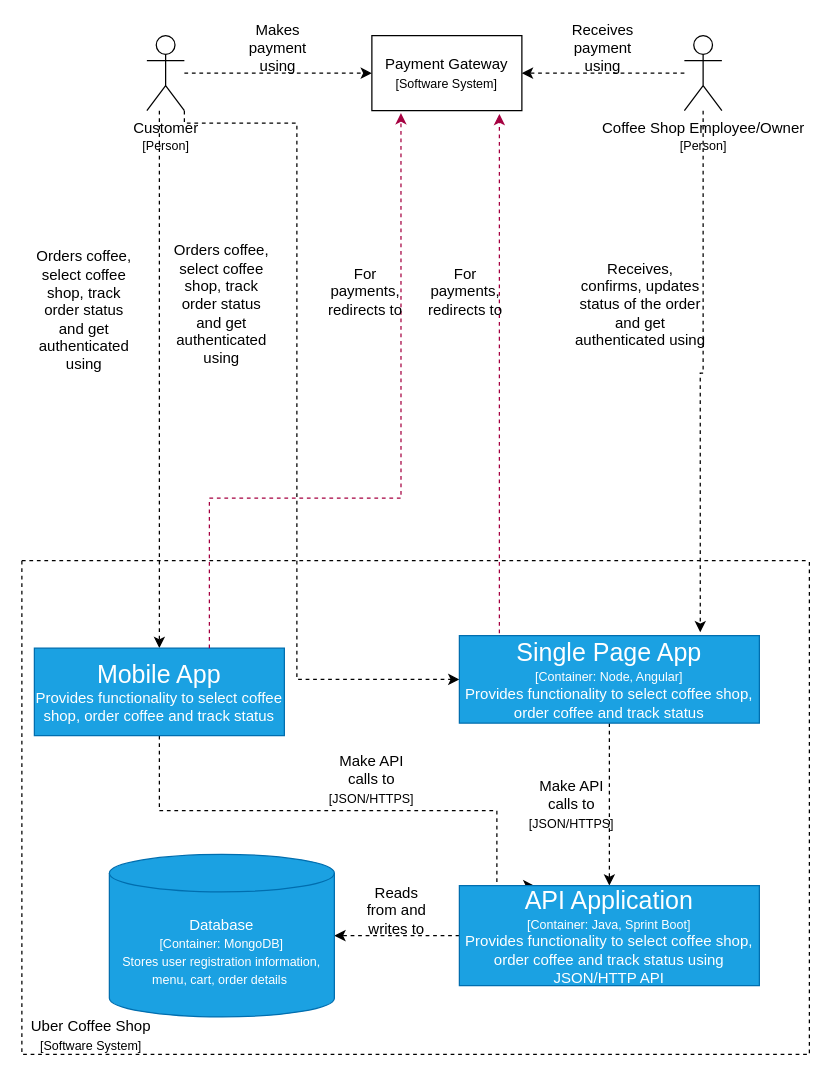
The draw.io diagram Container Diagram.drawio in dinesh-i/uber-coffee-shops, before the edit. Source tidied: cells renumbered, new cells numbered last; positions are measured from the earlier drawing's top-left corner, leaving out a move shared by most shapes. Both pictures are drawn from the tidied source at 125%, with x=0, y=0 at pixel (21, 22).
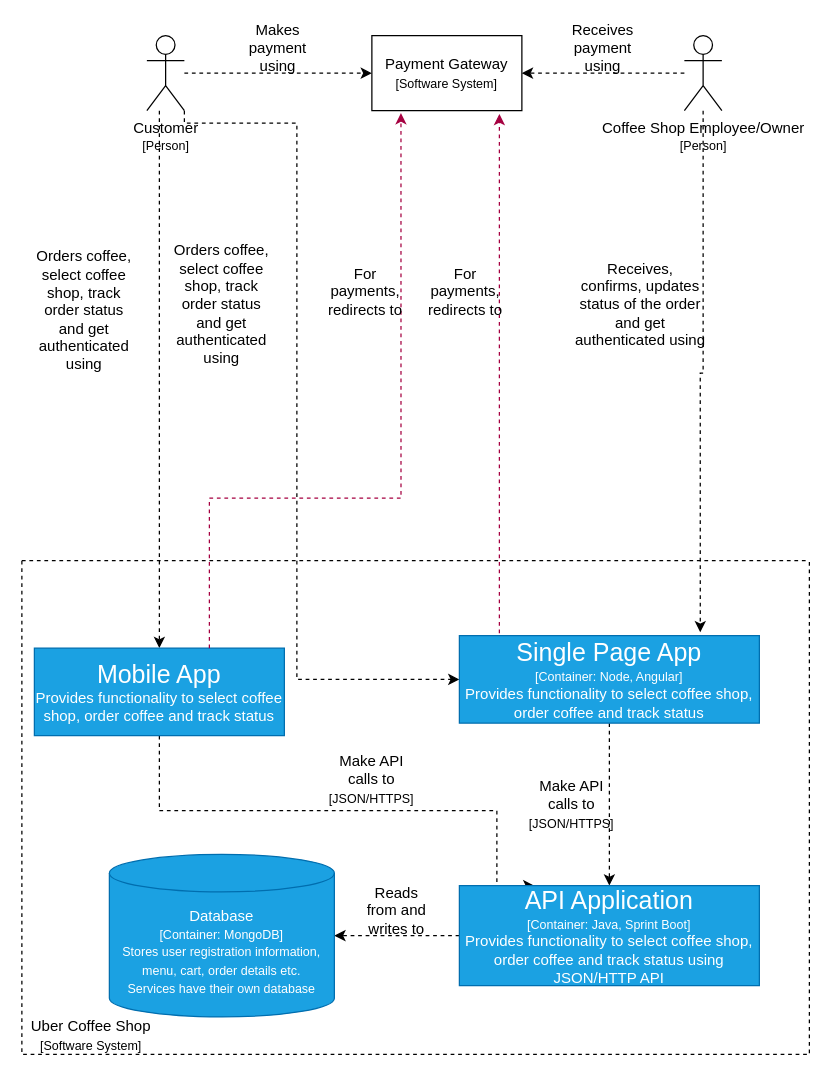
After the change.

The change refers to these unchanged cells:
```xml
<mxCell id="16" style="swimlane;startSize=0;dashed=1;" parent="1" vertex="1">
  <mxGeometry y="430" width="630" height="395" as="geometry" />
</mxCell>
```

What changed in the source:
```diff
@@
-    <mxCell id="24" value="Database&lt;br&gt;&lt;font style=&quot;font-size: 10px&quot;&gt;[Container: MongoDB]&lt;br&gt;Stores user registration information, menu, cart, order details&amp;nbsp;&lt;br&gt;&lt;/font&gt;" style="shape=cylinder3;whiteSpace=wrap;html=1;boundedLbl=1;backgroundOutline=1;size=15;fillColor=#1ba1e2;strokeColor=#006EAF;fontColor=#ffffff;" parent="16" vertex="1">
+    <mxCell id="24" value="Database&lt;br&gt;&lt;font style=&quot;font-size: 10px&quot;&gt;[Container: MongoDB]&lt;br&gt;Stores user registration information, menu, cart, order details etc.&lt;br&gt;Services have their own database&lt;br&gt;&lt;/font&gt;" style="shape=cylinder3;whiteSpace=wrap;html=1;boundedLbl=1;backgroundOutline=1;size=15;fillColor=#1ba1e2;strokeColor=#006EAF;fontColor=#ffffff;" parent="16" vertex="1">
       <mxGeometry x="70" y="235" width="180" height="130" as="geometry" />
     </mxCell>
```
